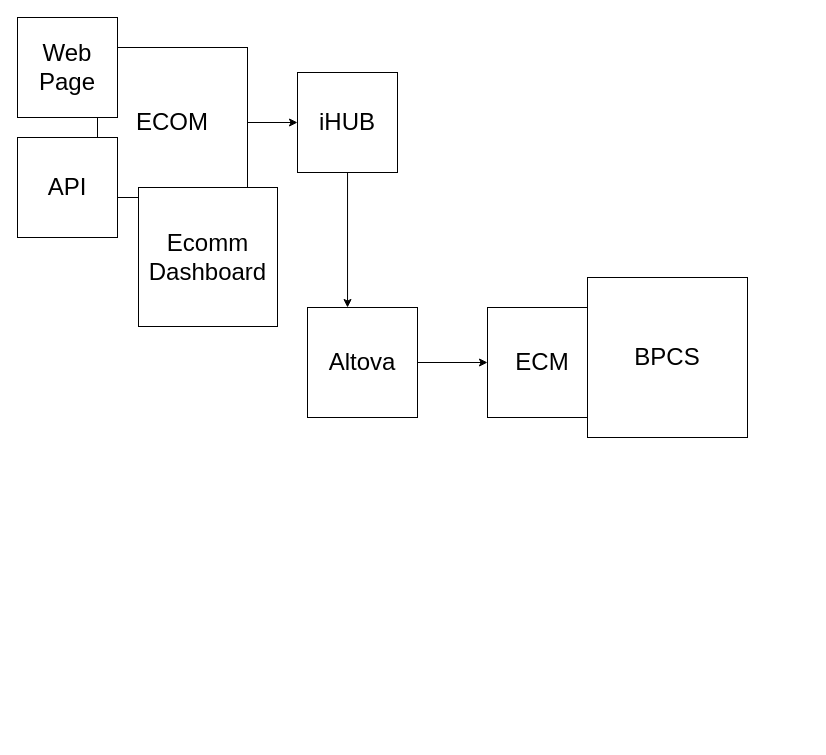
Earlier version of the draw.io diagram SCC-big-picture-draft.drawio (LukaszJessa/diagrams). Source tidied: cells renumbered, new cells numbered last; positions are measured from the earlier drawing's top-left corner, leaving out a move shared by most shapes. Both pictures are drawn from the tidied source at 100%, with x=0, y=0 at pixel (17, 17).
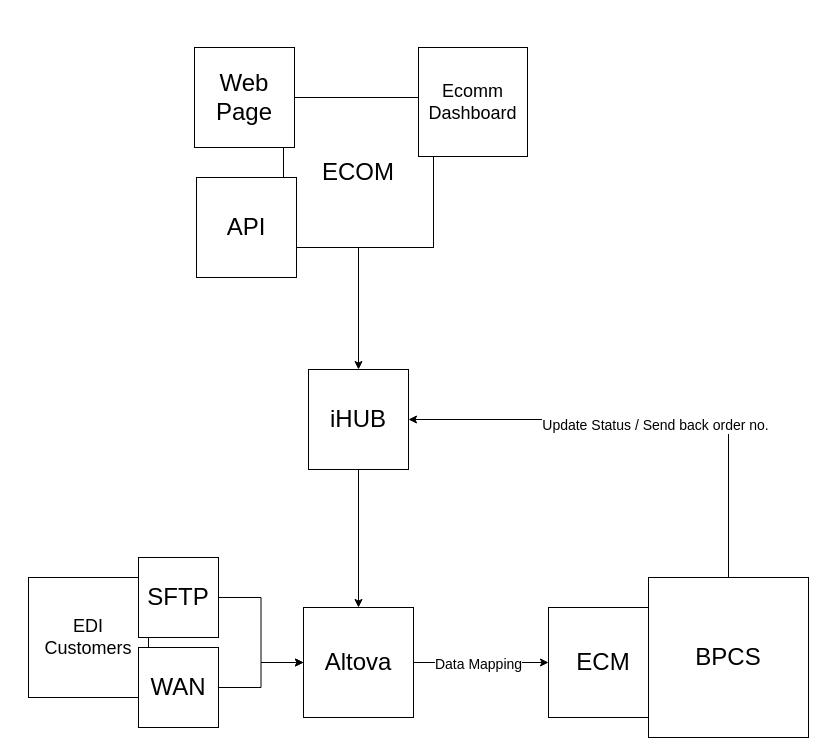
The same diagram, later.

The change refers to these unchanged cells:
```xml
<mxCell id="2" style="edgeStyle=orthogonalEdgeStyle;rounded=0;jettySize=auto;html=1;entryX=0;entryY=0.5;entryDx=0;entryDy=0;" parent="1" edge="1" source="3" target="4">
  <mxGeometry relative="1" as="geometry" />
</mxCell>
```

Diff of the diagram source:
```diff
@@
+    <mxCell id="13" value="&lt;font style=&quot;font-size: 14px;&quot;&gt;Data Mapping&lt;/font&gt;" style="edgeLabel;html=1;align=center;verticalAlign=middle;" parent="2" vertex="1">
+      <mxGeometry x="-0.05" y="-1" relative="1" as="geometry" />
+    </mxCell>
     <mxCell id="3" value="&lt;font style=&quot;font-size: 24px;&quot;&gt;Altova&lt;/font&gt;" style="whiteSpace=wrap;html=1;" parent="1" vertex="1">
-      <mxGeometry x="290" y="290" width="110" height="110" as="geometry" />
+      <mxGeometry x="286" y="590" width="110" height="110" as="geometry" />
     </mxCell>
     <mxCell id="4" value="&lt;font style=&quot;font-size: 24px;&quot;&gt;ECM&lt;/font&gt;" style="whiteSpace=wrap;html=1;" parent="1" vertex="1">
-      <mxGeometry x="470" y="290" width="110" height="110" as="geometry" />
+      <mxGeometry x="531" y="590" width="110" height="110" as="geometry" />
     </mxCell>
+    <mxCell id="14" style="edgeStyle=orthogonalEdgeStyle;rounded=0;jettySize=auto;html=1;entryX=1;entryY=0.5;entryDx=0;entryDy=0;exitX=0.5;exitY=0;exitDx=0;exitDy=0;" parent="1" edge="1" source="5" target="11">
+      <mxGeometry relative="1" as="geometry" />
+    </mxCell>
+    <mxCell id="15" value="&lt;font style=&quot;font-size: 14px;&quot;&gt;Update Status / Send back order no.&lt;/font&gt;" style="edgeLabel;html=1;align=center;verticalAlign=middle;" parent="14" vertex="1">
+      <mxGeometry x="-0.03" y="5" relative="1" as="geometry" />
+    </mxCell>
     <mxCell id="5" value="&lt;font style=&quot;font-size: 24px;&quot;&gt;BPCS&lt;/font&gt;" style="whiteSpace=wrap;html=1;" parent="1" vertex="1">
-      <mxGeometry x="570" y="260" width="160" height="160" as="geometry" />
+      <mxGeometry x="631" y="560" width="160" height="160" as="geometry" />
     </mxCell>
-    <mxCell id="6" style="edgeStyle=orthogonalEdgeStyle;rounded=0;jettySize=auto;html=1;entryX=0;entryY=0.5;entryDx=0;entryDy=0;" parent="1" edge="1" source="7" target="11">
+    <mxCell id="6" style="edgeStyle=orthogonalEdgeStyle;rounded=0;jettySize=auto;html=1;entryX=0.5;entryY=0;entryDx=0;entryDy=0;" parent="1" edge="1" source="7" target="11">
       <mxGeometry relative="1" as="geometry" />
     </mxCell>
     <mxCell id="7" value="&lt;font style=&quot;font-size: 24px;&quot;&gt;ECOM&lt;/font&gt;" style="whiteSpace=wrap;html=1;" parent="1" vertex="1">
-      <mxGeometry x="80" y="30" width="150" height="150" as="geometry" />
+      <mxGeometry x="266" y="80" width="150" height="150" as="geometry" />
     </mxCell>
     <mxCell id="8" value="&lt;font style=&quot;font-size: 24px;&quot;&gt;API&lt;/font&gt;" style="whiteSpace=wrap;html=1;" parent="1" vertex="1">
-      <mxGeometry y="120" width="100" height="100" as="geometry" />
+      <mxGeometry x="179" y="160" width="100" height="100" as="geometry" />
     </mxCell>
     <mxCell id="9" value="&lt;font style=&quot;font-size: 24px;&quot;&gt;Web Page&lt;/font&gt;" style="whiteSpace=wrap;html=1;" parent="1" vertex="1">
-      <mxGeometry width="100" height="100" as="geometry" />
+      <mxGeometry x="177" y="30" width="100" height="100" as="geometry" />
     </mxCell>
-    <mxCell id="10" style="edgeStyle=orthogonalEdgeStyle;rounded=0;jettySize=auto;html=1;entryX=0.364;entryY=0;entryDx=0;entryDy=0;entryPerimeter=0;" parent="1" edge="1" source="11" target="3">
+    <mxCell id="10" style="edgeStyle=orthogonalEdgeStyle;rounded=0;jettySize=auto;html=1;entryX=0.5;entryY=0;entryDx=0;entryDy=0;" parent="1" edge="1" source="11" target="3">
       <mxGeometry relative="1" as="geometry" />
     </mxCell>
     <mxCell id="11" value="&lt;font style=&quot;font-size: 24px;&quot;&gt;iHUB&lt;/font&gt;" style="whiteSpace=wrap;html=1;" parent="1" vertex="1">
-      <mxGeometry x="280" y="55" width="100" height="100" as="geometry" />
+      <mxGeometry x="291" y="352" width="100" height="100" as="geometry" />
     </mxCell>
-    <mxCell id="12" value="&lt;font style=&quot;font-size: 24px;&quot;&gt;Ecomm Dashboard&lt;/font&gt;" style="whiteSpace=wrap;html=1;" parent="1" vertex="1">
-      <mxGeometry x="121" y="170" width="139" height="139" as="geometry" />
+    <mxCell id="12" value="&lt;font style=&quot;font-size: 18px;&quot;&gt;Ecomm Dashboard&lt;/font&gt;" style="whiteSpace=wrap;html=1;" parent="1" vertex="1">
+      <mxGeometry x="401" y="30" width="109" height="109" as="geometry" />
     </mxCell>
+    <mxCell id="16" style="edgeStyle=orthogonalEdgeStyle;rounded=0;jettySize=auto;html=1;entryX=0;entryY=0.5;entryDx=0;entryDy=0;" parent="1" edge="1" source="19" target="3">
+      <mxGeometry relative="1" as="geometry" />
+    </mxCell>
+    <mxCell id="17" style="edgeStyle=orthogonalEdgeStyle;rounded=0;jettySize=auto;html=1;entryX=0;entryY=0.5;entryDx=0;entryDy=0;" parent="1" edge="1" source="20" target="3">
+      <mxGeometry relative="1" as="geometry" />
+    </mxCell>
+    <mxCell id="18" value="&lt;font style=&quot;font-size: 18px;&quot;&gt;EDI Customers&lt;/font&gt;" style="whiteSpace=wrap;html=1;" parent="1" vertex="1">
+      <mxGeometry x="11" y="560" width="120" height="120" as="geometry" />
+    </mxCell>
+    <mxCell id="19" value="&lt;font style=&quot;font-size: 24px;&quot;&gt;SFTP&lt;/font&gt;" style="whiteSpace=wrap;html=1;" parent="1" vertex="1">
+      <mxGeometry x="121" y="540" width="80" height="80" as="geometry" />
+    </mxCell>
+    <mxCell id="20" value="&lt;font style=&quot;font-size: 24px;&quot;&gt;WAN&lt;/font&gt;" style="whiteSpace=wrap;html=1;" parent="1" vertex="1">
+      <mxGeometry x="121" y="630" width="80" height="80" as="geometry" />
+    </mxCell>
```
